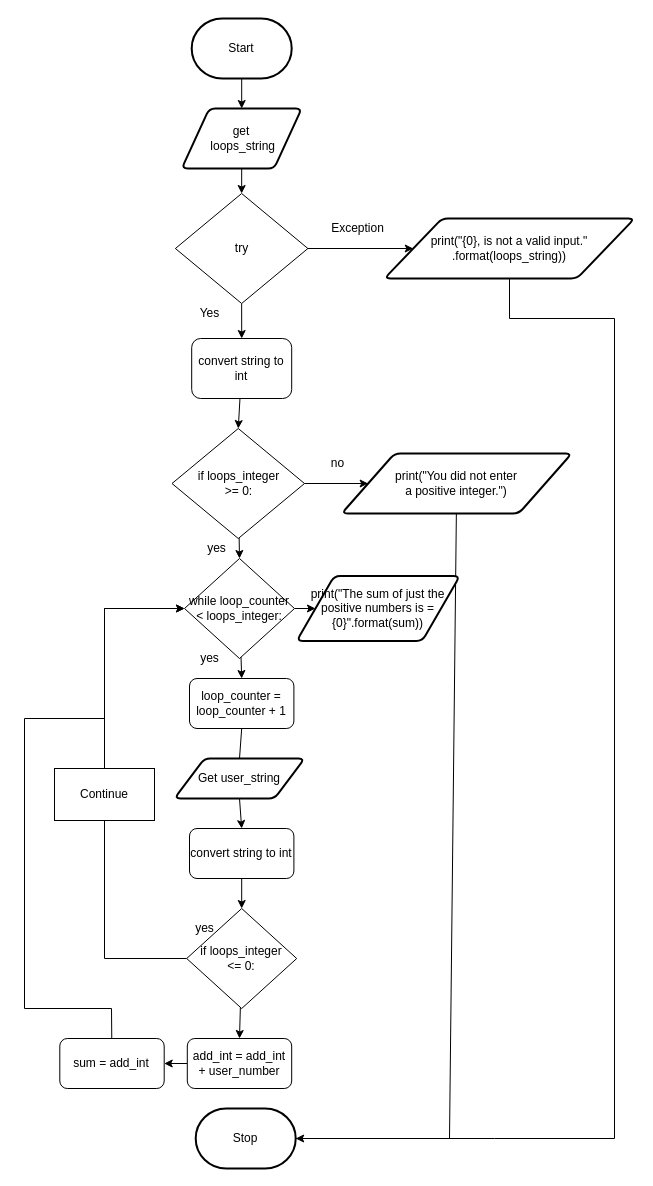
Emmanuel-Fofeyin/ICS3U-Unit4-05-Python keeps this draw.io diagram as design/flowchart.drawio. Above is the earlier version. Source tidied: cells renumbered, new cells numbered last; positions are measured from the earlier drawing's top-left corner, leaving out a move shared by most shapes. Both pictures are drawn from the tidied source at 100%, with x=0, y=0 at pixel (24, 18).
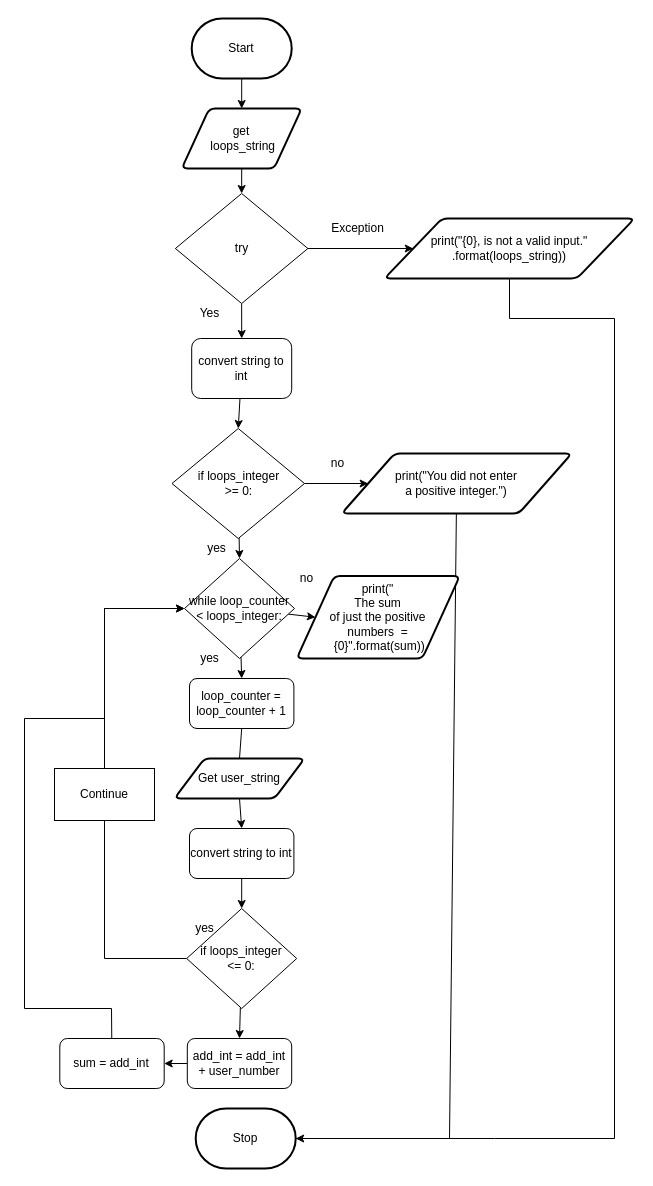
The same page after the edit.

Change to the diagram source:
```diff
@@
-    <mxCell id="42" value="print(&quot;The sum of just the positive numbers is = {0}&quot;.format(sum))" style="shape=parallelogram;html=1;strokeWidth=2;perimeter=parallelogramPerimeter;whiteSpace=wrap;rounded=1;arcSize=12;size=0.23;" parent="1" vertex="1">
-      <mxGeometry x="272.2" y="557.5" width="163.1" height="65" as="geometry" />
+    <mxCell id="42" value="print(&quot;&lt;br&gt;The sum &lt;br&gt;of just the positive &lt;br&gt;numbers&amp;nbsp; =&lt;br&gt;&amp;nbsp;{0}&quot;.format(sum))" style="shape=parallelogram;html=1;strokeWidth=2;perimeter=parallelogramPerimeter;whiteSpace=wrap;rounded=1;arcSize=12;size=0.23;" parent="1" vertex="1">
+      <mxGeometry x="272.2" y="557.5" width="163.1" height="82.5" as="geometry" />
     </mxCell>
+    <mxCell id="43" value="&lt;font style=&quot;font-size: 12px&quot;&gt;no&lt;/font&gt;" style="text;html=1;align=center;verticalAlign=middle;strokeColor=none;fillColor=none;fontSize=10;" parent="1" vertex="1">
+      <mxGeometry x="267.2" y="550" width="30" height="20" as="geometry" />
+    </mxCell>
```
